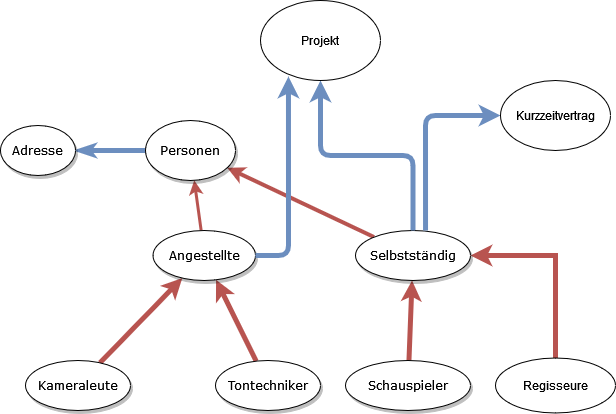
Above: Personenverwaltung.drawio.png in Masternuss/Datenbanken2022 (draw.io), before the change. Source tidied: cells renumbered, new cells last; positions are measured from the earlier drawing's top-left corner, leaving out a move shared by most shapes.
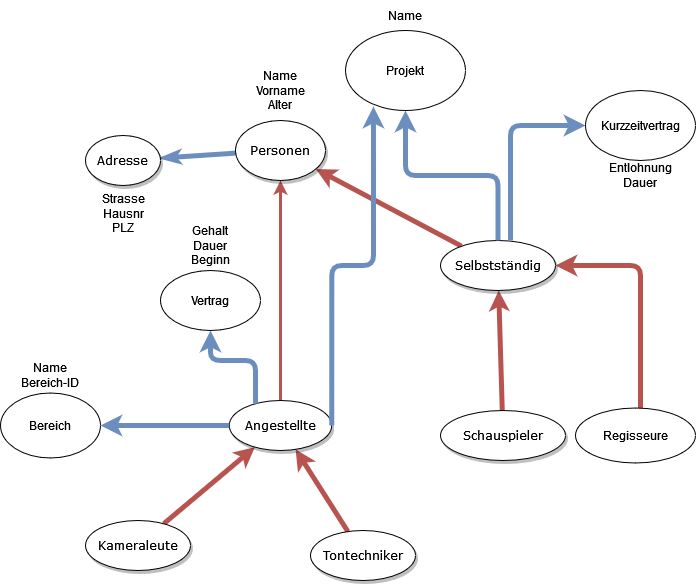
Later version of the same file.

Diff of the diagram source:
```diff
@@ -8,11 +8,11 @@
     <mxCell id="3" style="edgeStyle=none;rounded=1;html=1;labelBackgroundColor=none;startArrow=none;startFill=0;startSize=5;endArrow=classicThin;endFill=1;endSize=5;jettySize=auto;strokeColor=#6c8ebf;strokeWidth=5;fontFamily=Verdana;fontSize=12;fillColor=#dae8fc;" parent="1" edge="1" source="5" target="15">
       <mxGeometry x="-0.02" y="40" relative="1" as="geometry" />
     </mxCell>
-    <mxCell id="4" style="edgeStyle=none;rounded=1;html=1;labelBackgroundColor=none;startArrow=classic;startFill=1;startSize=5;endArrow=none;endFill=0;endSize=5;jettySize=auto;strokeColor=#b85450;strokeWidth=4;fontFamily=Verdana;fontSize=12;fillColor=#f8cecc;" parent="1" edge="1" source="5" target="11">
+    <mxCell id="4" style="edgeStyle=none;rounded=1;html=1;labelBackgroundColor=none;startArrow=classic;startFill=1;startSize=5;endArrow=none;endFill=0;endSize=5;jettySize=auto;strokeColor=#b85450;strokeWidth=5;fontFamily=Verdana;fontSize=12;fillColor=#f8cecc;" parent="1" edge="1" source="5" target="11">
       <mxGeometry x="0.28" y="14" relative="1" as="geometry" />
     </mxCell>
     <mxCell id="5" value="&lt;div&gt;Personen&lt;/div&gt;" style="ellipse;whiteSpace=wrap;html=1;rounded=0;shadow=1;comic=0;labelBackgroundColor=none;strokeWidth=1;fontFamily=Verdana;fontSize=12;align=center;" parent="1" vertex="1">
-      <mxGeometry x="145" y="120" width="90" height="60" as="geometry" />
+      <mxGeometry x="150" y="110" width="90" height="60" as="geometry" />
     </mxCell>
     <mxCell id="6" style="edgeStyle=none;rounded=1;html=1;labelBackgroundColor=none;startArrow=classic;startFill=1;startSize=5;endArrow=none;endFill=0;endSize=5;jettySize=auto;strokeColor=#b85450;strokeWidth=5;fontFamily=Verdana;fontSize=12;fillColor=#f8cecc;" parent="1" edge="1" source="8" target="14">
       <mxGeometry relative="1" as="geometry" />
@@ -21,12 +21,12 @@
       <mxGeometry relative="1" as="geometry" />
     </mxCell>
     <mxCell id="8" value="Angestellte" style="ellipse;whiteSpace=wrap;html=1;rounded=0;shadow=1;comic=0;labelBackgroundColor=none;strokeWidth=1;fontFamily=Verdana;fontSize=12;align=center;" parent="1" vertex="1">
-      <mxGeometry x="152.5" y="230" width="102.5" height="50" as="geometry" />
+      <mxGeometry x="143.8" y="390" width="102.5" height="50" as="geometry" />
     </mxCell>
     <mxCell id="9" style="edgeStyle=none;rounded=1;html=1;labelBackgroundColor=none;startArrow=classic;startFill=1;startSize=5;endArrow=none;endFill=0;endSize=5;jettySize=auto;strokeColor=#b85450;strokeWidth=5;fontFamily=Verdana;fontSize=12;fillColor=#f8cecc;" parent="1" edge="1" source="11" target="12">
       <mxGeometry relative="1" as="geometry" />
     </mxCell>
-    <mxCell id="10" style="edgeStyle=orthogonalEdgeStyle;rounded=0;jettySize=auto;html=1;startArrow=classic;startFill=1;endArrow=none;endFill=0;strokeWidth=5;fillColor=#f8cecc;strokeColor=#b85450;" parent="1" edge="1" source="11" target="16">
+    <mxCell id="10" style="edgeStyle=orthogonalEdgeStyle;rounded=1;jettySize=auto;html=1;startArrow=classic;startFill=1;endArrow=none;endFill=0;strokeWidth=5;fillColor=#f8cecc;strokeColor=#b85450;" parent="1" edge="1" source="11" target="16">
       <mxGeometry relative="1" as="geometry">
         <Array as="points">
           <mxPoint x="555" y="255" />
@@ -37,19 +37,19 @@
       <mxGeometry x="355" y="230" width="115" height="50" as="geometry" />
     </mxCell>
     <mxCell id="12" value="Schauspieler" style="ellipse;whiteSpace=wrap;html=1;rounded=0;shadow=1;comic=0;labelBackgroundColor=none;strokeWidth=1;fontFamily=Verdana;fontSize=12;align=center;" parent="1" vertex="1">
-      <mxGeometry x="345" y="360" width="125" height="50" as="geometry" />
+      <mxGeometry x="355" y="400" width="125" height="50" as="geometry" />
     </mxCell>
     <mxCell id="13" value="Tontechniker" style="ellipse;whiteSpace=wrap;html=1;rounded=0;shadow=1;comic=0;labelBackgroundColor=none;strokeWidth=1;fontFamily=Verdana;fontSize=12;align=center;" parent="1" vertex="1">
-      <mxGeometry x="215" y="360" width="105" height="50" as="geometry" />
+      <mxGeometry x="225" y="520" width="105" height="50" as="geometry" />
     </mxCell>
     <mxCell id="14" value="Kameraleute" style="ellipse;whiteSpace=wrap;html=1;rounded=0;shadow=1;comic=0;labelBackgroundColor=none;strokeWidth=1;fontFamily=Verdana;fontSize=12;align=center;" parent="1" vertex="1">
-      <mxGeometry x="25" y="360" width="105" height="50" as="geometry" />
+      <mxGeometry y="510" width="105" height="50" as="geometry" />
     </mxCell>
     <mxCell id="15" value="Adresse" style="ellipse;whiteSpace=wrap;html=1;rounded=0;shadow=1;comic=0;labelBackgroundColor=none;strokeWidth=1;fontFamily=Verdana;fontSize=12;align=center;" parent="1" vertex="1">
       <mxGeometry y="125" width="75" height="50" as="geometry" />
     </mxCell>
     <mxCell id="16" value="Regisseure" style="ellipse;whiteSpace=wrap;html=1;" parent="1" vertex="1">
-      <mxGeometry x="495" y="357.5" width="120" height="55" as="geometry" />
+      <mxGeometry x="490" y="397.5" width="120" height="55" as="geometry" />
     </mxCell>
     <mxCell id="17" style="edgeStyle=orthogonalEdgeStyle;jettySize=auto;html=1;entryX=0.609;entryY=0;entryDx=0;entryDy=0;entryPerimeter=0;startArrow=classic;startFill=1;endArrow=none;endFill=0;strokeWidth=5;fillColor=#dae8fc;strokeColor=#6c8ebf;rounded=1;" parent="1" edge="1" source="18" target="11">
       <mxGeometry relative="1" as="geometry" />
@@ -68,7 +68,42 @@
       <mxGeometry relative="1" as="geometry" />
     </mxCell>
     <mxCell id="21" value="&lt;div&gt;Projekt&lt;/div&gt;" style="ellipse;whiteSpace=wrap;html=1;" parent="1" vertex="1">
-      <mxGeometry x="260" width="120" height="80" as="geometry" />
+      <mxGeometry x="260" y="20" width="120" height="80" as="geometry" />
     </mxCell>
+    <mxCell id="22" value="&lt;div&gt;Entlohnung&lt;br&gt;&lt;/div&gt;&lt;div&gt;Dauer&lt;br&gt;&lt;/div&gt;" style="text;html=1;strokeColor=none;fillColor=none;align=center;verticalAlign=middle;whiteSpace=wrap;rounded=0;" parent="1" vertex="1">
+      <mxGeometry x="517.5" y="150" width="75" height="30" as="geometry" />
+    </mxCell>
+    <mxCell id="23" value="&lt;div&gt;Strasse&lt;/div&gt;&lt;div&gt;Hausnr&lt;/div&gt;&lt;div&gt;PLZ&lt;br&gt;&lt;/div&gt;" style="text;html=1;strokeColor=none;fillColor=none;align=center;verticalAlign=middle;whiteSpace=wrap;rounded=0;" parent="1" vertex="1">
+      <mxGeometry x="7.5" y="175" width="60" height="55" as="geometry" />
+    </mxCell>
+    <mxCell id="24" value="&lt;div&gt;Name&lt;/div&gt;&lt;div&gt;Vorname&lt;/div&gt;&lt;div&gt;Alter&lt;br&gt;&lt;/div&gt;" style="text;html=1;strokeColor=none;fillColor=none;align=center;verticalAlign=middle;whiteSpace=wrap;rounded=0;" parent="1" vertex="1">
+      <mxGeometry x="165" y="50" width="60" height="60" as="geometry" />
+    </mxCell>
+    <mxCell id="25" style="edgeStyle=orthogonalEdgeStyle;rounded=1;jettySize=auto;html=1;startArrow=classic;startFill=1;endArrow=none;endFill=0;strokeColor=#6c8ebf;strokeWidth=5;fillColor=#dae8fc;" parent="1" edge="1" source="26" target="8">
+      <mxGeometry relative="1" as="geometry" />
+    </mxCell>
+    <mxCell id="26" value="Bereich" style="ellipse;whiteSpace=wrap;html=1;" parent="1" vertex="1">
+      <mxGeometry x="-85" y="382.5" width="100" height="65" as="geometry" />
+    </mxCell>
+    <mxCell id="27" value="&lt;div&gt;Name&lt;/div&gt;&lt;div&gt;Bereich-ID&lt;br&gt;&lt;/div&gt;" style="text;html=1;strokeColor=none;fillColor=none;align=center;verticalAlign=middle;whiteSpace=wrap;rounded=0;" parent="1" vertex="1">
+      <mxGeometry x="-70" y="347.5" width="70" height="35" as="geometry" />
+    </mxCell>
+    <mxCell id="28" value="Name" style="text;html=1;strokeColor=none;fillColor=none;align=center;verticalAlign=middle;whiteSpace=wrap;rounded=0;" parent="1" vertex="1">
+      <mxGeometry x="290" y="-10" width="60" height="30" as="geometry" />
+    </mxCell>
+    <mxCell id="29" style="edgeStyle=orthogonalEdgeStyle;rounded=1;jettySize=auto;html=1;startArrow=classic;startFill=1;endArrow=none;endFill=0;strokeColor=#6c8ebf;strokeWidth=5;fillColor=#dae8fc;" parent="1" edge="1" source="30" target="8">
+      <mxGeometry relative="1" as="geometry">
+        <Array as="points">
+          <mxPoint x="125" y="350" />
+          <mxPoint x="170" y="350" />
+        </Array>
+      </mxGeometry>
+    </mxCell>
+    <mxCell id="30" value="Vertrag" style="ellipse;whiteSpace=wrap;html=1;" parent="1" vertex="1">
+      <mxGeometry x="75" y="260" width="100" height="60" as="geometry" />
+    </mxCell>
+    <mxCell id="31" value="&lt;div&gt;Gehalt&lt;/div&gt;&lt;div&gt;Dauer&lt;/div&gt;Beginn" style="text;html=1;strokeColor=none;fillColor=none;align=center;verticalAlign=middle;whiteSpace=wrap;rounded=0;" parent="1" vertex="1">
+      <mxGeometry x="95" y="210" width="60" height="50" as="geometry" />
+    </mxCell>
   </root>
 </mxGraphModel>
```
